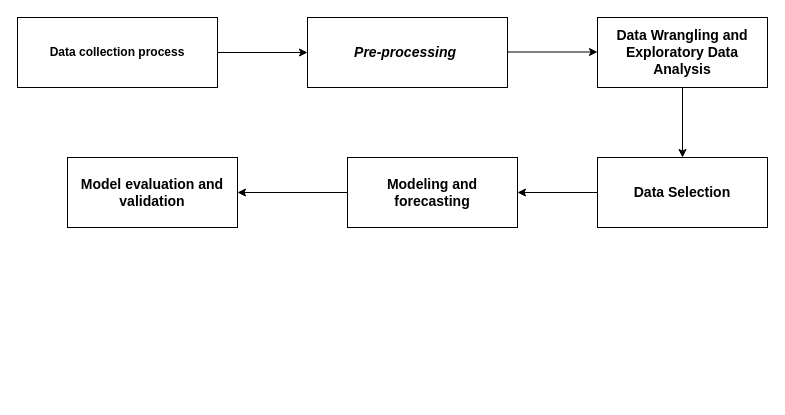
BadNoT8/BUDI-NUGROHO keeps this draw.io diagram as Untitled Diagram.drawio. Above is the earlier version. Source tidied: cells renumbered, new cells numbered last; positions are measured from the earlier drawing's top-left corner, leaving out a move shared by most shapes. Both pictures are drawn from the tidied source at 100%, with x=0, y=0 at pixel (17, 17).
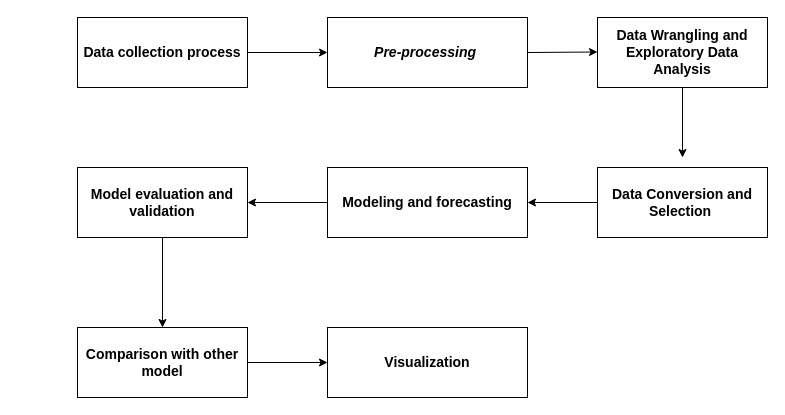
After the change.

Change to the diagram source:
```diff
@@
 <mxGraphModel>
   <root>
     <mxCell id="0" />
     <mxCell id="1" parent="0" />
-    <mxCell id="2" value="&lt;b&gt;Data collection process&lt;/b&gt;" style="rounded=0;whiteSpace=wrap;html=1;" parent="1" vertex="1">
-      <mxGeometry width="200" height="70" as="geometry" />
+    <mxCell id="2" value="&lt;b&gt;&lt;font style=&quot;font-size: 14px;&quot;&gt;Data collection process&lt;/font&gt;&lt;/b&gt;" style="rounded=0;whiteSpace=wrap;html=1;" parent="1" vertex="1">
+      <mxGeometry x="60" width="170" height="70" as="geometry" />
     </mxCell>
     <mxCell id="3" value="&lt;b&gt;&lt;font style=&quot;font-size: 14px;&quot;&gt;&lt;i&gt;Pre-processing&amp;nbsp;&lt;/i&gt;&lt;/font&gt;&lt;/b&gt;" style="rounded=0;whiteSpace=wrap;html=1;" parent="1" vertex="1">
-      <mxGeometry x="290" width="200" height="70" as="geometry" />
+      <mxGeometry x="310" width="200" height="70" as="geometry" />
     </mxCell>
-    <mxCell id="4" style="endArrow=classic;html=1;rounded=0;fontSize=14;exitX=1;exitY=0.5;exitDx=0;exitDy=0;" parent="1" edge="1">
+    <mxCell id="4" style="endArrow=classic;html=1;rounded=0;fontSize=14;exitX=1;exitY=0.5;exitDx=0;exitDy=0;" parent="1" edge="1" source="3">
       <mxGeometry relative="1" as="geometry">
-        <mxPoint x="490" y="34.5" as="sourcePoint" />
         <mxPoint x="580" y="34.5" as="targetPoint" />
       </mxGeometry>
     </mxCell>
     <mxCell id="5" style="endArrow=classic;html=1;rounded=0;fontSize=14;entryX=0;entryY=0.5;entryDx=0;entryDy=0;" parent="1" edge="1" source="2" target="3">
       <mxGeometry relative="1" as="geometry" />
     </mxCell>
     <mxCell id="6" value="&lt;b&gt;Data Wrangling and Exploratory Data Analysis&lt;/b&gt;" style="rounded=0;whiteSpace=wrap;html=1;fontSize=14;" parent="1" vertex="1">
       <mxGeometry x="580" width="170" height="70" as="geometry" />
     </mxCell>
     <mxCell id="7" style="endArrow=classic;html=1;rounded=0;fontSize=14;exitX=0.5;exitY=1;exitDx=0;exitDy=0;" parent="1" edge="1" source="6">
       <mxGeometry relative="1" as="geometry">
         <mxPoint x="665" y="140" as="targetPoint" />
       </mxGeometry>
     </mxCell>
-    <mxCell id="8" value="&lt;b&gt;Data&amp;nbsp;Selection&lt;/b&gt;" style="rounded=0;whiteSpace=wrap;html=1;fontSize=14;" parent="1" vertex="1">
-      <mxGeometry x="580" y="140" width="170" height="70" as="geometry" />
+    <mxCell id="8" value="&lt;b&gt;Data Conversion and Selection&amp;nbsp;&lt;/b&gt;" style="rounded=0;whiteSpace=wrap;html=1;fontSize=14;" parent="1" vertex="1">
+      <mxGeometry x="580" y="150" width="170" height="70" as="geometry" />
     </mxCell>
     <mxCell id="9" value="&lt;b&gt;Modeling and forecasting&lt;/b&gt;" style="rounded=0;whiteSpace=wrap;html=1;fontSize=14;" parent="1" vertex="1">
-      <mxGeometry x="330" y="140" width="170" height="70" as="geometry" />
+      <mxGeometry x="310" y="150" width="200" height="70" as="geometry" />
     </mxCell>
     <mxCell id="10" style="endArrow=classic;html=1;rounded=0;fontSize=14;exitX=0;exitY=0.5;exitDx=0;exitDy=0;entryX=1;entryY=0.5;entryDx=0;entryDy=0;" parent="1" edge="1" source="8" target="9">
       <mxGeometry relative="1" as="geometry" />
     </mxCell>
     <mxCell id="11" value="&lt;b&gt;Model evaluation and validation&lt;/b&gt;" style="rounded=0;whiteSpace=wrap;html=1;fontSize=14;" parent="1" vertex="1">
-      <mxGeometry x="50" y="140" width="170" height="70" as="geometry" />
+      <mxGeometry x="60" y="150" width="170" height="70" as="geometry" />
     </mxCell>
     <mxCell id="12" style="endArrow=classic;html=1;rounded=0;fontSize=14;exitX=0;exitY=0.5;exitDx=0;exitDy=0;entryX=1;entryY=0.5;entryDx=0;entryDy=0;" parent="1" edge="1" source="9" target="11">
       <mxGeometry relative="1" as="geometry" />
     </mxCell>
+    <mxCell id="13" value="&lt;b&gt;Comparison with other model&lt;/b&gt;" style="rounded=0;whiteSpace=wrap;html=1;fontSize=14;" parent="1" vertex="1">
+      <mxGeometry x="60" y="310" width="170" height="70" as="geometry" />
+    </mxCell>
+    <mxCell id="14" style="endArrow=classic;html=1;rounded=0;fontSize=14;exitX=0.5;exitY=1;exitDx=0;exitDy=0;" parent="1" edge="1" source="11" target="13">
+      <mxGeometry relative="1" as="geometry" />
+    </mxCell>
+    <mxCell id="15" value="&lt;b&gt;Visualization&lt;/b&gt;" style="rounded=0;whiteSpace=wrap;html=1;fontSize=14;" parent="1" vertex="1">
+      <mxGeometry x="310" y="310" width="200" height="70" as="geometry" />
+    </mxCell>
+    <mxCell id="16" style="endArrow=classic;html=1;rounded=0;fontSize=14;exitX=1;exitY=0.5;exitDx=0;exitDy=0;entryX=0;entryY=0.5;entryDx=0;entryDy=0;" parent="1" edge="1" source="13" target="15">
+      <mxGeometry relative="1" as="geometry" />
+    </mxCell>
   </root>
 </mxGraphModel>
```
